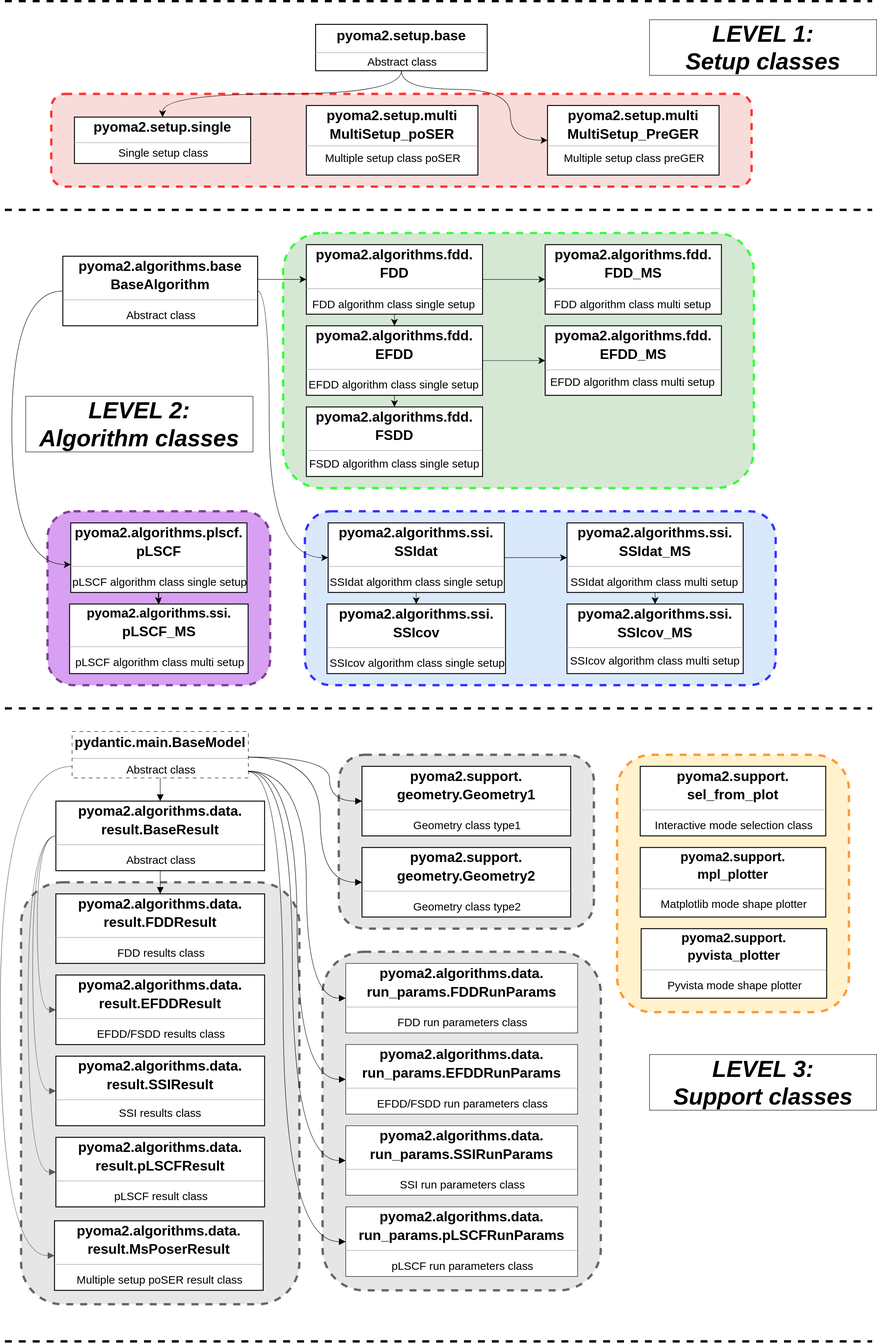
Earlier version of the draw.io export docs/img/info.svg (dagghe/pyOMA2). Source tidied: cells renumbered, new cells last; positions are measured from the earlier drawing's top-left corner, leaving out a move shared by most shapes.
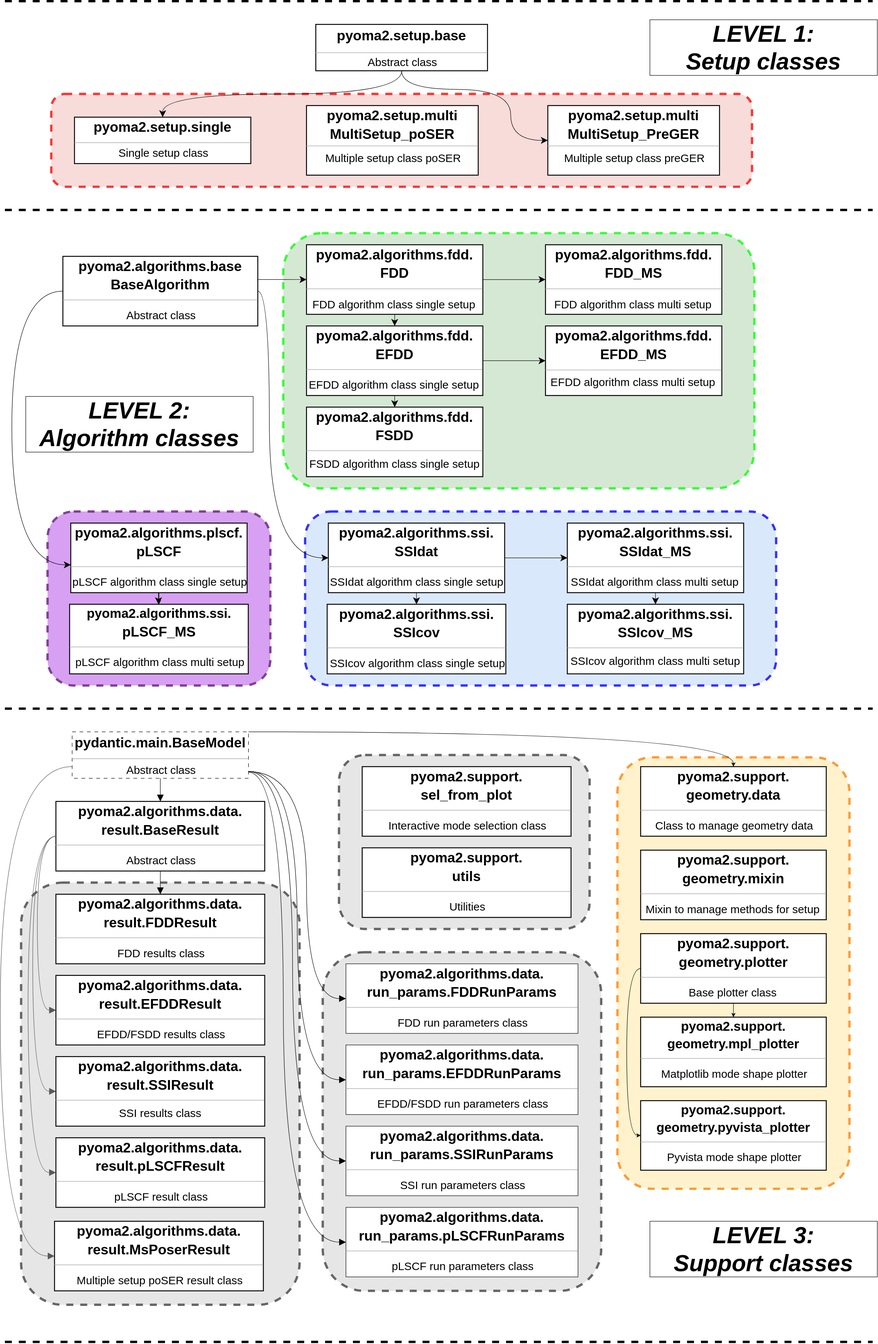
The same file after the commit.

What changed in the source:
```diff
@@ -107,7 +107,7 @@
       <mxGeometry relative="1" as="geometry" />
     </mxCell>
     <mxCell id="31" style="rounded=1;whiteSpace=wrap;html=1;fillColor=#E6E6E6;fontColor=#333333;strokeColor=#666666;dashed=1;strokeWidth=5;align=center;" parent="1" vertex="1">
-      <mxGeometry x="730" y="1625" width="550" height="375" as="geometry" />
+      <mxGeometry x="730" y="1625" width="540" height="375" as="geometry" />
     </mxCell>
     <mxCell id="32" style="endArrow=none;dashed=1;html=1;rounded=0;strokeWidth=5;align=center;" parent="1" edge="1">
       <mxGeometry relative="1" as="geometry">
@@ -118,27 +118,10 @@
     <mxCell id="33" value="&lt;p style=&quot;margin: 4px 0px 0px; line-height: 130%; font-size: 30px;&quot;&gt;&lt;b style=&quot;&quot;&gt;&lt;font style=&quot;font-size: 30px;&quot;&gt;pydantic.main.BaseModel&lt;/font&gt;&lt;/b&gt;&lt;/p&gt;&lt;hr style=&quot;font-size: 30px; line-height: 130%;&quot; size=&quot;1&quot;&gt;&lt;p style=&quot;margin: 0px 0px 0px 4px; line-height: 130%;&quot;&gt;&lt;font style=&quot;font-size: 24px;&quot;&gt;Abstract class&lt;/font&gt;&lt;br&gt;&lt;/p&gt;" style="verticalAlign=top;align=center;overflow=fill;fontSize=14;fontFamily=Helvetica;html=1;rounded=0;shadow=0;comic=0;labelBackgroundColor=none;strokeWidth=1;dashed=1;dashPattern=8 8;" parent="1" vertex="1">
       <mxGeometry x="155" y="1575" width="380" height="100" as="geometry" />
     </mxCell>
-    <mxCell id="34" style="html=1;rounded=1;dashed=0;startArrow=block;startSize=12;endArrow=none;strokeColor=#000000;exitX=0;exitY=0.5;exitDx=0;exitDy=0;edgeStyle=orthogonalEdgeStyle;curved=1;align=center;entryX=0.998;entryY=0.554;entryDx=0;entryDy=0;entryPerimeter=0;" parent="1" edge="1" source="36" target="33">
-      <mxGeometry relative="1" as="geometry">
-        <Array as="points">
-          <mxPoint x="710" y="1725" />
-          <mxPoint x="710" y="1630" />
-          <mxPoint x="534" y="1630" />
-        </Array>
-      </mxGeometry>
-    </mxCell>
-    <mxCell id="35" style="html=1;rounded=1;dashed=0;startArrow=block;startSize=12;endArrow=none;strokeColor=#000000;exitX=0;exitY=0.5;exitDx=0;exitDy=0;edgeStyle=orthogonalEdgeStyle;curved=1;align=center;entryX=1;entryY=0.554;entryDx=0;entryDy=0;entryPerimeter=0;" parent="1" edge="1" source="37" target="33">
-      <mxGeometry relative="1" as="geometry">
-        <Array as="points">
-          <mxPoint x="690" y="1900" />
-          <mxPoint x="690" y="1630" />
-        </Array>
-      </mxGeometry>
-    </mxCell>
-    <mxCell id="36" value="&lt;p style=&quot;margin: 4px 0px 0px; font-size: 30px;&quot;&gt;&lt;b style=&quot;&quot;&gt;&lt;font style=&quot;font-size: 30px;&quot;&gt;pyoma2.support.&lt;/font&gt;&lt;/b&gt;&lt;/p&gt;&lt;p style=&quot;margin: 4px 0px 0px; font-size: 30px;&quot;&gt;&lt;b style=&quot;&quot;&gt;&lt;font style=&quot;font-size: 30px;&quot;&gt;geometry.&lt;/font&gt;&lt;/b&gt;&lt;b style=&quot;background-color: initial;&quot;&gt;Geometry1&lt;/b&gt;&lt;/p&gt;&lt;hr style=&quot;font-size: 28px;&quot; size=&quot;1&quot;&gt;&lt;p style=&quot;margin:0 0 0 4px;line-height:1.6;&quot;&gt;&lt;font style=&quot;font-size: 24px;&quot;&gt; Geometry class type1&lt;/font&gt;&lt;/p&gt;" style="verticalAlign=top;align=center;overflow=fill;fontSize=14;fontFamily=Helvetica;html=1;rounded=0;shadow=0;comic=0;labelBackgroundColor=none;strokeWidth=2;" parent="1" vertex="1">
+    <mxCell id="36" value="&lt;p style=&quot;margin: 4px 0px 0px; font-size: 30px;&quot;&gt;&lt;b&gt;pyoma2.support.&lt;/b&gt;&lt;/p&gt;&lt;p style=&quot;margin: 4px 0px 0px; font-size: 30px;&quot;&gt;&lt;b&gt;sel_from_plot&lt;/b&gt;&lt;/p&gt;&lt;hr style=&quot;font-size: 28px;&quot; size=&quot;1&quot;&gt;&lt;p style=&quot;margin: 0px 0px 0px 4px; line-height: 1.6;&quot;&gt;&lt;font style=&quot;font-size: 24px;&quot;&gt;Interactive mode selection class&lt;/font&gt;&lt;/p&gt;" style="verticalAlign=top;align=center;overflow=fill;fontSize=14;fontFamily=Helvetica;html=1;rounded=0;shadow=0;comic=0;labelBackgroundColor=none;strokeWidth=2;" parent="1" vertex="1">
       <mxGeometry x="780" y="1650" width="450" height="150" as="geometry" />
     </mxCell>
-    <mxCell id="37" value="&lt;p style=&quot;margin: 4px 0px 0px; font-size: 30px;&quot;&gt;&lt;b style=&quot;&quot;&gt;&lt;font style=&quot;font-size: 30px;&quot;&gt;pyoma2.support.&lt;/font&gt;&lt;/b&gt;&lt;/p&gt;&lt;p style=&quot;margin: 4px 0px 0px; font-size: 30px;&quot;&gt;&lt;b style=&quot;&quot;&gt;&lt;font style=&quot;font-size: 30px;&quot;&gt;geometry.&lt;/font&gt;&lt;/b&gt;&lt;b style=&quot;background-color: initial;&quot;&gt;Geometry2&lt;/b&gt;&lt;/p&gt;&lt;hr style=&quot;font-size: 28px;&quot; size=&quot;1&quot;&gt;&lt;p style=&quot;margin:0 0 0 4px;line-height:1.6;&quot;&gt;&lt;font style=&quot;font-size: 24px;&quot;&gt;Geometry class type2&lt;/font&gt;&lt;br&gt;&lt;/p&gt;" style="verticalAlign=top;align=center;overflow=fill;fontSize=14;fontFamily=Helvetica;html=1;rounded=0;shadow=0;comic=0;labelBackgroundColor=none;strokeWidth=2;" parent="1" vertex="1">
+    <mxCell id="37" value="&lt;p style=&quot;margin: 4px 0px 0px; font-size: 30px;&quot;&gt;&lt;b style=&quot;&quot;&gt;&lt;font style=&quot;font-size: 30px;&quot;&gt;pyoma2.support.&lt;/font&gt;&lt;/b&gt;&lt;/p&gt;&lt;p style=&quot;margin: 4px 0px 0px; font-size: 30px;&quot;&gt;&lt;b&gt;utils&lt;/b&gt;&lt;/p&gt;&lt;hr style=&quot;font-size: 28px;&quot; size=&quot;1&quot;&gt;&lt;p style=&quot;margin:0 0 0 4px;line-height:1.6;&quot;&gt;&lt;font style=&quot;font-size: 24px;&quot;&gt;Utilities&lt;/font&gt;&lt;br&gt;&lt;/p&gt;" style="verticalAlign=top;align=center;overflow=fill;fontSize=14;fontFamily=Helvetica;html=1;rounded=0;shadow=0;comic=0;labelBackgroundColor=none;strokeWidth=2;" parent="1" vertex="1">
       <mxGeometry x="780" y="1825" width="450" height="150" as="geometry" />
     </mxCell>
     <mxCell id="38" style="html=1;rounded=1;dashed=0;startArrow=block;startSize=12;endArrow=none;strokeColor=#000000;exitX=0.5;exitY=0;exitDx=0;exitDy=0;entryX=0.5;entryY=1;entryDx=0;entryDy=0;align=center;" parent="1" edge="1" source="40" target="33">
@@ -187,13 +170,24 @@
       </mxGeometry>
     </mxCell>
     <mxCell id="47" style="rounded=1;whiteSpace=wrap;html=1;strokeWidth=5;dashed=1;fillColor=#fff2cc;strokeColor=#FF9933;align=center;" parent="1" vertex="1">
-      <mxGeometry x="1330" y="1625" width="500" height="555" as="geometry" />
+      <mxGeometry x="1330" y="1630" width="500" height="930" as="geometry" />
     </mxCell>
+    <mxCell id="75" style="edgeStyle=orthogonalEdgeStyle;rounded=0;jettySize=auto;html=1;exitX=0.5;exitY=1;exitDx=0;exitDy=0;entryX=0.5;entryY=0;entryDx=0;entryDy=0;" parent="1" edge="1" source="48" target="49">
+      <mxGeometry relative="1" as="geometry" />
+    </mxCell>
+    <mxCell id="76" style="edgeStyle=orthogonalEdgeStyle;rounded=0;jettySize=auto;html=1;exitX=0;exitY=0.5;exitDx=0;exitDy=0;entryX=0;entryY=0.5;entryDx=0;entryDy=0;curved=1;" parent="1" edge="1" source="48" target="63">
+      <mxGeometry relative="1" as="geometry">
+        <Array as="points">
+          <mxPoint x="1350" y="2085" />
+          <mxPoint x="1350" y="2445" />
+        </Array>
+      </mxGeometry>
+    </mxCell>
-    <mxCell id="48" value="&lt;p style=&quot;margin: 4px 0px 0px; font-size: 30px;&quot;&gt;&lt;b style=&quot;&quot;&gt;&lt;font style=&quot;font-size: 30px;&quot;&gt;pyoma2.support.&lt;/font&gt;&lt;/b&gt;&lt;/p&gt;&lt;p style=&quot;margin: 4px 0px 0px; font-size: 30px;&quot;&gt;&lt;b style=&quot;&quot;&gt;&lt;font style=&quot;font-size: 30px;&quot;&gt;sel_from_plot&lt;/font&gt;&lt;/b&gt;&lt;/p&gt;&lt;hr style=&quot;font-size: 28px;&quot; size=&quot;1&quot;&gt;&lt;p style=&quot;margin:0 0 0 4px;line-height:1.6;&quot;&gt;&lt;font style=&quot;font-size: 24px;&quot;&gt;Interactive mode selection class&lt;/font&gt;&lt;/p&gt;" style="verticalAlign=top;align=center;overflow=fill;fontSize=14;fontFamily=Helvetica;html=1;rounded=0;shadow=0;comic=0;labelBackgroundColor=none;strokeWidth=2;" parent="1" vertex="1">
-      <mxGeometry x="1380" y="1650" width="400" height="150" as="geometry" />
+    <mxCell id="48" value="&lt;p style=&quot;margin: 4px 0px 0px; font-size: 30px;&quot;&gt;&lt;b style=&quot;&quot;&gt;&lt;font style=&quot;font-size: 30px;&quot;&gt;pyoma2.support.&lt;/font&gt;&lt;/b&gt;&lt;/p&gt;&lt;p style=&quot;margin: 4px 0px 0px; font-size: 30px;&quot;&gt;&lt;b style=&quot;&quot;&gt;&lt;font style=&quot;font-size: 30px;&quot;&gt;geometry.plotter&lt;/font&gt;&lt;/b&gt;&lt;/p&gt;&lt;hr style=&quot;font-size: 28px;&quot; size=&quot;1&quot;&gt;&lt;p style=&quot;margin:0 0 0 4px;line-height:1.6;&quot;&gt;&lt;font style=&quot;font-size: 24px;&quot;&gt;Base plotter class&amp;nbsp;&lt;/font&gt;&lt;/p&gt;" style="verticalAlign=top;align=center;overflow=fill;fontSize=14;fontFamily=Helvetica;html=1;rounded=0;shadow=0;comic=0;labelBackgroundColor=none;strokeWidth=2;" parent="1" vertex="1">
+      <mxGeometry x="1380" y="2010" width="400" height="150" as="geometry" />
     </mxCell>
-    <mxCell id="49" value="&lt;p style=&quot;margin: 4px 0px 0px; font-size: 28px;&quot;&gt;&lt;b style=&quot;&quot;&gt;&lt;font style=&quot;font-size: 28px;&quot;&gt;pyoma2.support.&lt;/font&gt;&lt;/b&gt;&lt;/p&gt;&lt;p style=&quot;margin: 4px 0px 0px; font-size: 28px;&quot;&gt;&lt;b&gt;mpl_plotter&lt;/b&gt;&lt;/p&gt;&lt;hr style=&quot;font-size: 28px;&quot; size=&quot;1&quot;&gt;&lt;p style=&quot;margin:0 0 0 4px;line-height:1.6;&quot;&gt;&lt;font style=&quot;font-size: 24px;&quot;&gt;Matplotlib mode shape plotter&lt;/font&gt;&lt;br&gt;&lt;/p&gt;" style="verticalAlign=top;align=center;overflow=fill;fontSize=14;fontFamily=Helvetica;html=1;rounded=0;shadow=0;comic=0;labelBackgroundColor=none;strokeWidth=2;" parent="1" vertex="1">
-      <mxGeometry x="1380" y="1825" width="400" height="150" as="geometry" />
+    <mxCell id="49" value="&lt;p style=&quot;margin: 4px 0px 0px; font-size: 28px;&quot;&gt;&lt;b style=&quot;&quot;&gt;&lt;font style=&quot;font-size: 28px;&quot;&gt;pyoma2.support.&lt;/font&gt;&lt;/b&gt;&lt;/p&gt;&lt;p style=&quot;margin: 4px 0px 0px; font-size: 28px;&quot;&gt;&lt;b&gt;geometry.mpl_plotter&lt;/b&gt;&lt;/p&gt;&lt;hr style=&quot;font-size: 28px;&quot; size=&quot;1&quot;&gt;&lt;p style=&quot;margin:0 0 0 4px;line-height:1.6;&quot;&gt;&lt;font style=&quot;font-size: 24px;&quot;&gt;Matplotlib mode shape plotter&lt;/font&gt;&lt;br&gt;&lt;/p&gt;" style="verticalAlign=top;align=center;overflow=fill;fontSize=14;fontFamily=Helvetica;html=1;rounded=0;shadow=0;comic=0;labelBackgroundColor=none;strokeWidth=2;" parent="1" vertex="1">
+      <mxGeometry x="1380" y="2190" width="400" height="150" as="geometry" />
     </mxCell>
     <mxCell id="50" value="&lt;p style=&quot;margin: 4px 0px 0px; font-size: 30px;&quot;&gt;&lt;b style=&quot;&quot;&gt;&lt;font style=&quot;font-size: 30px;&quot;&gt;pyoma2.algorithms.data.&lt;/font&gt;&lt;/b&gt;&lt;/p&gt;&lt;p style=&quot;margin: 4px 0px 0px; font-size: 30px;&quot;&gt;&lt;b style=&quot;&quot;&gt;&lt;font style=&quot;font-size: 30px;&quot;&gt;result.&lt;/font&gt;&lt;/b&gt;&lt;b style=&quot;background-color: initial;&quot;&gt;EFDDResult&lt;/b&gt;&lt;/p&gt;&lt;hr style=&quot;font-size: 28px;&quot; size=&quot;1&quot;&gt;&lt;p style=&quot;margin:0 0 0 4px;line-height:1.6;&quot;&gt;&lt;font style=&quot;font-size: 24px;&quot;&gt;EFDD/FSDD results class&lt;/font&gt;&lt;br&gt;&lt;/p&gt;" style="verticalAlign=top;align=center;overflow=fill;fontSize=14;fontFamily=Helvetica;html=1;rounded=0;shadow=0;comic=0;labelBackgroundColor=none;strokeWidth=2;" parent="1" vertex="1">
       <mxGeometry x="120" y="2100" width="450" height="150" as="geometry" />
@@ -211,7 +205,7 @@
       <mxGeometry x="55" y="852" width="490" height="120" as="geometry" />
     </mxCell>
     <mxCell id="55" value="&lt;font style=&quot;font-size: 40px;&quot;&gt;&lt;b style=&quot;font-size: 50px;&quot;&gt;&lt;i&gt;LEVEL 3: &lt;br&gt;Support classes&lt;/i&gt;&lt;/b&gt;&lt;/font&gt;" style="rounded=0;whiteSpace=wrap;html=1;" parent="1" vertex="1">
-      <mxGeometry x="1400" y="2271.5" width="490" height="120" as="geometry" />
+      <mxGeometry x="1400" y="2630" width="490" height="120" as="geometry" />
     </mxCell>
     <mxCell id="56" style="html=1;rounded=1;dashed=0;startArrow=classic;startSize=12;endArrow=none;strokeColor=#000000;exitX=0;exitY=0.5;exitDx=0;exitDy=0;entryX=1;entryY=0.5;entryDx=0;entryDy=0;startFill=1;edgeStyle=orthogonalEdgeStyle;curved=1;align=center;" parent="1" edge="1" source="27" target="6">
       <mxGeometry relative="1" as="geometry">
@@ -252,8 +246,8 @@
         </Array>
       </mxGeometry>
     </mxCell>
-    <mxCell id="63" value="&lt;p style=&quot;margin: 4px 0px 0px; font-size: 28px;&quot;&gt;&lt;b style=&quot;&quot;&gt;&lt;font style=&quot;font-size: 28px;&quot;&gt;pyoma2.support.&lt;/font&gt;&lt;/b&gt;&lt;/p&gt;&lt;p style=&quot;margin: 4px 0px 0px; font-size: 28px;&quot;&gt;&lt;b style=&quot;&quot;&gt;&lt;font style=&quot;font-size: 28px;&quot;&gt;pyvista_plotter&lt;/font&gt;&lt;/b&gt;&lt;/p&gt;&lt;hr style=&quot;font-size: 28px;&quot; size=&quot;1&quot;&gt;&lt;p style=&quot;margin:0 0 0 4px;line-height:1.6;&quot;&gt;&lt;font style=&quot;font-size: 24px;&quot;&gt;Pyvista mode shape plotter&lt;/font&gt;&lt;br&gt;&lt;/p&gt;" style="verticalAlign=top;align=center;overflow=fill;fontSize=14;fontFamily=Helvetica;html=1;rounded=0;shadow=0;comic=0;labelBackgroundColor=none;strokeWidth=2;" parent="1" vertex="1">
-      <mxGeometry x="1382" y="2000" width="400" height="150" as="geometry" />
+    <mxCell id="63" value="&lt;p style=&quot;margin: 4px 0px 0px; font-size: 28px;&quot;&gt;&lt;b style=&quot;&quot;&gt;&lt;font style=&quot;font-size: 28px;&quot;&gt;pyoma2.support.&lt;/font&gt;&lt;/b&gt;&lt;/p&gt;&lt;p style=&quot;margin: 4px 0px 0px; font-size: 28px;&quot;&gt;&lt;b style=&quot;&quot;&gt;&lt;font style=&quot;font-size: 28px;&quot;&gt;geometry.pyvista_plotter&lt;/font&gt;&lt;/b&gt;&lt;/p&gt;&lt;hr style=&quot;font-size: 28px;&quot; size=&quot;1&quot;&gt;&lt;p style=&quot;margin:0 0 0 4px;line-height:1.6;&quot;&gt;&lt;font style=&quot;font-size: 24px;&quot;&gt;Pyvista mode shape plotter&lt;/font&gt;&lt;br&gt;&lt;/p&gt;" style="verticalAlign=top;align=center;overflow=fill;fontSize=14;fontFamily=Helvetica;html=1;rounded=0;shadow=0;comic=0;labelBackgroundColor=none;strokeWidth=2;" parent="1" vertex="1">
+      <mxGeometry x="1380" y="2370" width="400" height="150" as="geometry" />
     </mxCell>
     <mxCell id="64" value="&lt;p style=&quot;margin: 4px 0px 0px; font-size: 30px;&quot;&gt;&lt;b style=&quot;&quot;&gt;&lt;font style=&quot;font-size: 30px;&quot;&gt;pyoma2.algorithms.data.&lt;/font&gt;&lt;/b&gt;&lt;/p&gt;&lt;p style=&quot;margin: 4px 0px 0px; font-size: 30px;&quot;&gt;&lt;b style=&quot;&quot;&gt;&lt;font style=&quot;font-size: 30px;&quot;&gt;result.&lt;/font&gt;&lt;/b&gt;&lt;b style=&quot;background-color: initial;&quot;&gt;MsPoserResult&lt;/b&gt;&lt;/p&gt;&lt;hr style=&quot;font-size: 28px;&quot; size=&quot;1&quot;&gt;&lt;p style=&quot;margin:0 0 0 4px;line-height:1.6;&quot;&gt;&lt;font style=&quot;font-size: 24px;&quot;&gt;Multiple setup poSER result class&lt;/font&gt;&lt;/p&gt;" style="verticalAlign=top;align=center;overflow=fill;fontSize=14;fontFamily=Helvetica;html=1;rounded=0;shadow=0;comic=0;labelBackgroundColor=none;strokeWidth=2;" parent="1" vertex="1">
       <mxGeometry x="117" y="2630" width="450" height="150" as="geometry" />
@@ -313,5 +307,18 @@
         </Array>
       </mxGeometry>
     </mxCell>
+    <mxCell id="77" value="&lt;p style=&quot;margin: 4px 0px 0px; font-size: 30px;&quot;&gt;&lt;b style=&quot;&quot;&gt;&lt;font style=&quot;font-size: 30px;&quot;&gt;pyoma2.support.&lt;/font&gt;&lt;/b&gt;&lt;/p&gt;&lt;p style=&quot;margin: 4px 0px 0px; font-size: 30px;&quot;&gt;&lt;b style=&quot;&quot;&gt;&lt;font style=&quot;font-size: 30px;&quot;&gt;geometry.data&lt;/font&gt;&lt;/b&gt;&lt;/p&gt;&lt;hr style=&quot;font-size: 28px;&quot; size=&quot;1&quot;&gt;&lt;p style=&quot;margin:0 0 0 4px;line-height:1.6;&quot;&gt;&lt;font style=&quot;font-size: 24px;&quot;&gt;Class to manage geometry data&lt;/font&gt;&lt;/p&gt;" style="verticalAlign=top;align=center;overflow=fill;fontSize=14;fontFamily=Helvetica;html=1;rounded=0;shadow=0;comic=0;labelBackgroundColor=none;strokeWidth=2;" parent="1" vertex="1">
+      <mxGeometry x="1380" y="1650" width="400" height="150" as="geometry" />
+    </mxCell>
+    <mxCell id="78" value="&lt;p style=&quot;margin: 4px 0px 0px; font-size: 30px;&quot;&gt;&lt;b style=&quot;&quot;&gt;&lt;font style=&quot;font-size: 30px;&quot;&gt;pyoma2.support.&lt;/font&gt;&lt;/b&gt;&lt;/p&gt;&lt;p style=&quot;margin: 4px 0px 0px; font-size: 30px;&quot;&gt;&lt;b style=&quot;&quot;&gt;&lt;font style=&quot;font-size: 30px;&quot;&gt;geometry.mixin&lt;/font&gt;&lt;/b&gt;&lt;/p&gt;&lt;hr style=&quot;font-size: 28px;&quot; size=&quot;1&quot;&gt;&lt;p style=&quot;margin:0 0 0 4px;line-height:1.6;&quot;&gt;&lt;span style=&quot;font-size: 24px;&quot;&gt;Mixin to manage methods for setup&amp;nbsp;&lt;/span&gt;&lt;br&gt;&lt;/p&gt;" style="verticalAlign=top;align=center;overflow=fill;fontSize=14;fontFamily=Helvetica;html=1;rounded=0;shadow=0;comic=0;labelBackgroundColor=none;strokeWidth=2;" parent="1" vertex="1">
+      <mxGeometry x="1380" y="1830" width="400" height="150" as="geometry" />
+    </mxCell>
+    <mxCell id="79" style="edgeStyle=orthogonalEdgeStyle;rounded=0;jettySize=auto;html=1;exitX=1;exitY=0;exitDx=0;exitDy=0;entryX=0.5;entryY=0;entryDx=0;entryDy=0;curved=1;" parent="1" edge="1" source="33" target="77">
+      <mxGeometry relative="1" as="geometry">
+        <Array as="points">
+          <mxPoint x="1580" y="1575" />
+        </Array>
+      </mxGeometry>
+    </mxCell>
   </root>
 </mxGraphModel>
```
